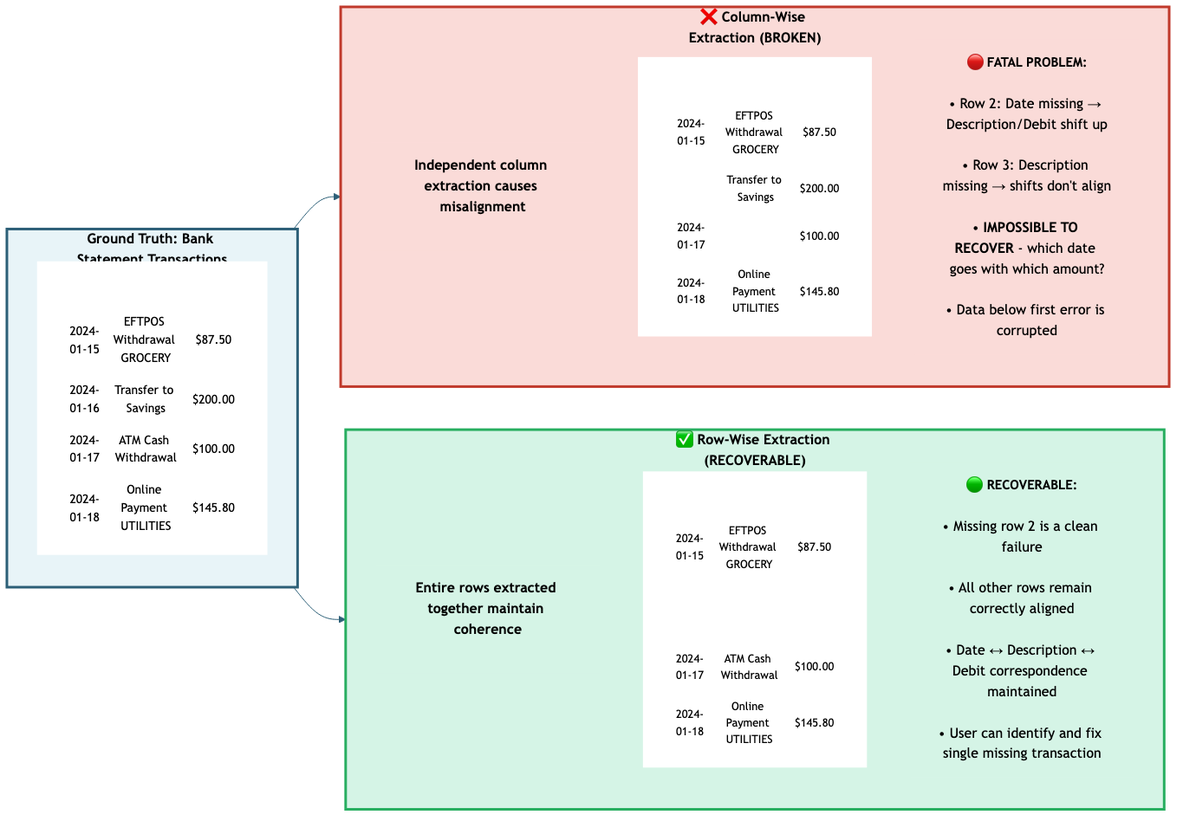
The Mermaid diagram diagrams/row_vs_column_coherence.png in tmnestor/LMM_POC, before a commit. Its source is kept beside it as diagrams/row_vs_column_coherence.mmd.
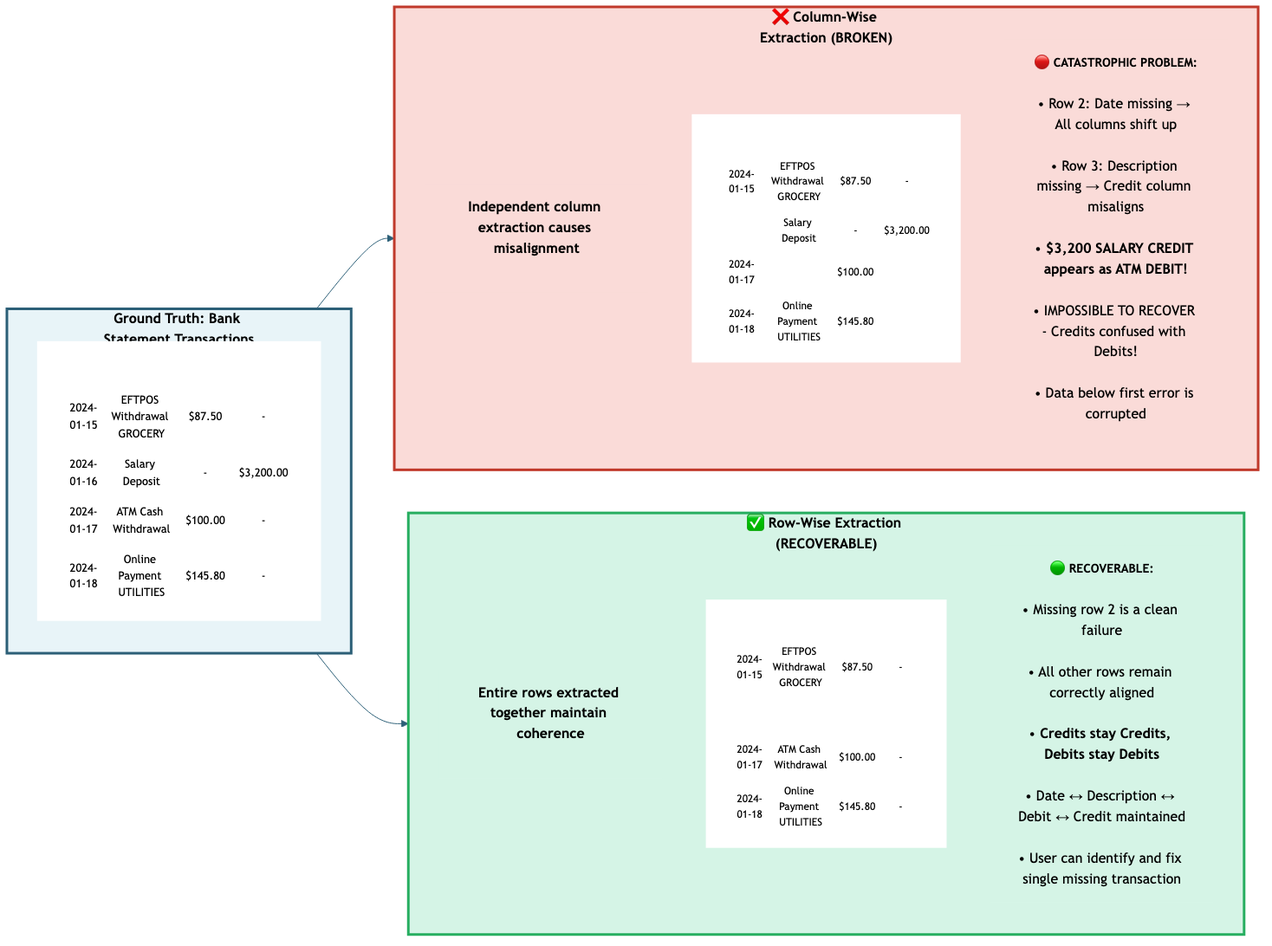
After the change.

Commit message:
Update row vs column coherence diagram and enhance table formatting for clarity

Change to the diagram source:
```diff
@@ -2,102 +2,118 @@
 
 graph LR
     subgraph GT["<b>Ground Truth: Bank Statement Transactions</b>"]
-        GT_Table["<table style='border-collapse: collapse; width: 100%; font-size: 14px;'>
+        GT_Table["<table style='border-collapse: collapse; width: 100%; font-size: 13px;'>
         <tr style='background-color: #2c5f77; color: white;'>
             <th style='border: 2px solid #2c5f77; padding: 8px;'>Date</th>
             <th style='border: 2px solid #2c5f77; padding: 8px;'>Description</th>
             <th style='border: 2px solid #2c5f77; padding: 8px;'>Debit</th>
+            <th style='border: 2px solid #2c5f77; padding: 8px;'>Credit</th>
         </tr>
         <tr style='background-color: #e8f4f8;'>
             <td style='border: 2px solid #2c5f77; padding: 8px;'>2024-01-15</td>
             <td style='border: 2px solid #2c5f77; padding: 8px;'>EFTPOS Withdrawal GROCERY</td>
             <td style='border: 2px solid #2c5f77; padding: 8px;'>$87.50</td>
+            <td style='border: 2px solid #2c5f77; padding: 8px;'>-</td>
         </tr>
         <tr style='background-color: #fff;'>
             <td style='border: 2px solid #2c5f77; padding: 8px;'>2024-01-16</td>
-            <td style='border: 2px solid #2c5f77; padding: 8px;'>Transfer to Savings</td>
-            <td style='border: 2px solid #2c5f77; padding: 8px;'>$200.00</td>
+            <td style='border: 2px solid #2c5f77; padding: 8px;'>Salary Deposit</td>
+            <td style='border: 2px solid #2c5f77; padding: 8px;'>-</td>
+            <td style='border: 2px solid #2c5f77; padding: 8px;'>$3,200.00</td>
         </tr>
         <tr style='background-color: #e8f4f8;'>
             <td style='border: 2px solid #2c5f77; padding: 8px;'>2024-01-17</td>
             <td style='border: 2px solid #2c5f77; padding: 8px;'>ATM Cash Withdrawal</td>
             <td style='border: 2px solid #2c5f77; padding: 8px;'>$100.00</td>
+            <td style='border: 2px solid #2c5f77; padding: 8px;'>-</td>
         </tr>
         <tr style='background-color: #fff;'>
             <td style='border: 2px solid #2c5f77; padding: 8px;'>2024-01-18</td>
             <td style='border: 2px solid #2c5f77; padding: 8px;'>Online Payment UTILITIES</td>
             <td style='border: 2px solid #2c5f77; padding: 8px;'>$145.80</td>
+            <td style='border: 2px solid #2c5f77; padding: 8px;'>-</td>
         </tr>
         </table>"]
     end
 
     subgraph COL["<b>❌ Column-Wise Extraction (BROKEN)</b>"]
         COL_Desc["<b style='color: #c0392b;'>Independent column extraction causes misalignment</b><br/><br/>"]
-        COL_Table["<table style='border-collapse: collapse; width: 100%; font-size: 13px;'>
+        COL_Table["<table style='border-collapse: collapse; width: 100%; font-size: 12px;'>
         <tr style='background-color: #c0392b; color: white;'>
-            <th style='border: 2px solid #c0392b; padding: 8px;'>Date</th>
-            <th style='border: 2px solid #c0392b; padding: 8px;'>Description</th>
-            <th style='border: 2px solid #c0392b; padding: 8px;'>Debit</th>
+            <th style='border: 2px solid #c0392b; padding: 6px;'>Date</th>
+            <th style='border: 2px solid #c0392b; padding: 6px;'>Description</th>
+            <th style='border: 2px solid #c0392b; padding: 6px;'>Debit</th>
+            <th style='border: 2px solid #c0392b; padding: 6px;'>Credit</th>
         </tr>
         <tr style='background-color: #fadbd8;'>
-            <td style='border: 2px solid #c0392b; padding: 8px;'>2024-01-15</td>
-            <td style='border: 2px solid #c0392b; padding: 8px;'>EFTPOS Withdrawal GROCERY</td>
-            <td style='border: 2px solid #c0392b; padding: 8px;'>$87.50</td>
+            <td style='border: 2px solid #c0392b; padding: 6px;'>2024-01-15</td>
+            <td style='border: 2px solid #c0392b; padding: 6px;'>EFTPOS Withdrawal GROCERY</td>
+            <td style='border: 2px solid #c0392b; padding: 6px;'>$87.50</td>
+            <td style='border: 2px solid #c0392b; padding: 6px;'>-</td>
         </tr>
         <tr style='background-color: #f9ebea;'>
-            <td style='border: 2px solid #c0392b; padding: 8px; background-color: #e74c3c; color: white;'><b>MISSING</b></td>
-            <td style='border: 2px solid #c0392b; padding: 8px;'>Transfer to Savings</td>
-            <td style='border: 2px solid #c0392b; padding: 8px;'>$200.00</td>
+            <td style='border: 2px solid #c0392b; padding: 6px; background-color: #e74c3c; color: white;'><b>MISSING</b></td>
+            <td style='border: 2px solid #c0392b; padding: 6px;'>Salary Deposit</td>
+            <td style='border: 2px solid #c0392b; padding: 6px;'>-</td>
+            <td style='border: 2px solid #c0392b; padding: 6px;'>$3,200.00</td>
         </tr>
         <tr style='background-color: #fadbd8;'>
-            <td style='border: 2px solid #c0392b; padding: 8px;'>2024-01-17</td>
-            <td style='border: 2px solid #c0392b; padding: 8px; background-color: #e74c3c; color: white;'><b>MISSING</b></td>
-            <td style='border: 2px solid #c0392b; padding: 8px;'>$100.00</td>
+            <td style='border: 2px solid #c0392b; padding: 6px;'>2024-01-17</td>
+            <td style='border: 2px solid #c0392b; padding: 6px; background-color: #e74c3c; color: white;'><b>MISSING</b></td>
+            <td style='border: 2px solid #c0392b; padding: 6px;'>$100.00</td>
+            <td style='border: 2px solid #c0392b; padding: 6px; background-color: #8e44ad; color: white;'><b>SHIFTED!</b></td>
         </tr>
         <tr style='background-color: #f9ebea;'>
-            <td style='border: 2px solid #c0392b; padding: 8px;'>2024-01-18</td>
-            <td style='border: 2px solid #c0392b; padding: 8px;'>Online Payment UTILITIES</td>
-            <td style='border: 2px solid #c0392b; padding: 8px;'>$145.80</td>
+            <td style='border: 2px solid #c0392b; padding: 6px;'>2024-01-18</td>
+            <td style='border: 2px solid #c0392b; padding: 6px;'>Online Payment UTILITIES</td>
+            <td style='border: 2px solid #c0392b; padding: 6px;'>$145.80</td>
+            <td style='border: 2px solid #c0392b; padding: 6px; background-color: #8e44ad; color: white;'><b>SHIFTED!</b></td>
         </tr>
         </table>"]
-        COL_Problem["<b style='color: #c0392b; font-size: 15px;'>🔴 FATAL PROBLEM:</b><br/>
-        • Row 2: Date missing → Description/Debit shift up<br/>
-        • Row 3: Description missing → shifts don't align<br/>
-        • <b>IMPOSSIBLE TO RECOVER</b> - which date goes with which amount?<br/>
+        COL_Problem["<b style='color: #c0392b; font-size: 14px;'>🔴 CATASTROPHIC PROBLEM:</b><br/>
+        • Row 2: Date missing → All columns shift up<br/>
+        • Row 3: Description missing → Credit column misaligns<br/>
+        • <b style='color: #8e44ad;'>$3,200 SALARY CREDIT appears as ATM DEBIT!</b><br/>
+        • IMPOSSIBLE TO RECOVER - Credits confused with Debits!<br/>
         • Data below first error is corrupted"]
     end
 
     subgraph ROW["<b>✅ Row-Wise Extraction (RECOVERABLE)</b>"]
         ROW_Desc["<b style='color: #27ae60;'>Entire rows extracted together maintain coherence</b><br/><br/>"]
-        ROW_Table["<table style='border-collapse: collapse; width: 100%; font-size: 13px;'>
+        ROW_Table["<table style='border-collapse: collapse; width: 100%; font-size: 12px;'>
         <tr style='background-color: #27ae60; color: white;'>
-            <th style='border: 2px solid #27ae60; padding: 8px;'>Date</th>
-            <th style='border: 2px solid #27ae60; padding: 8px;'>Description</th>
-            <th style='border: 2px solid #27ae60; padding: 8px;'>Debit</th>
+            <th style='border: 2px solid #27ae60; padding: 6px;'>Date</th>
+            <th style='border: 2px solid #27ae60; padding: 6px;'>Description</th>
+            <th style='border: 2px solid #27ae60; padding: 6px;'>Debit</th>
+            <th style='border: 2px solid #27ae60; padding: 6px;'>Credit</th>
         </tr>
         <tr style='background-color: #d5f4e6;'>
-            <td style='border: 2px solid #27ae60; padding: 8px;'>2024-01-15</td>
-            <td style='border: 2px solid #27ae60; padding: 8px;'>EFTPOS Withdrawal GROCERY</td>
-            <td style='border: 2px solid #27ae60; padding: 8px;'>$87.50</td>
+            <td style='border: 2px solid #27ae60; padding: 6px;'>2024-01-15</td>
+            <td style='border: 2px solid #27ae60; padding: 6px;'>EFTPOS Withdrawal GROCERY</td>
+            <td style='border: 2px solid #27ae60; padding: 6px;'>$87.50</td>
+            <td style='border: 2px solid #27ae60; padding: 6px;'>-</td>
         </tr>
         <tr style='background-color: #abebc6;'>
-            <td colspan='3' style='border: 2px solid #27ae60; padding: 8px; background-color: #f39c12; color: white; text-align: center;'><b>ENTIRE ROW MISSING</b> (2024-01-16 | Transfer to Savings | $200.00)</td>
+            <td colspan='4' style='border: 2px solid #27ae60; padding: 6px; background-color: #f39c12; color: white; text-align: center;'><b>ENTIRE ROW MISSING</b> (2024-01-16 | Salary Deposit | - | $3,200.00)</td>
         </tr>
         <tr style='background-color: #d5f4e6;'>
-            <td style='border: 2px solid #27ae60; padding: 8px;'>2024-01-17</td>
-            <td style='border: 2px solid #27ae60; padding: 8px;'>ATM Cash Withdrawal</td>
-            <td style='border: 2px solid #27ae60; padding: 8px;'>$100.00</td>
+            <td style='border: 2px solid #27ae60; padding: 6px;'>2024-01-17</td>
+            <td style='border: 2px solid #27ae60; padding: 6px;'>ATM Cash Withdrawal</td>
+            <td style='border: 2px solid #27ae60; padding: 6px;'>$100.00</td>
+            <td style='border: 2px solid #27ae60; padding: 6px;'>-</td>
         </tr>
         <tr style='background-color: #eafaf1;'>
-            <td style='border: 2px solid #27ae60; padding: 8px;'>2024-01-18</td>
-            <td style='border: 2px solid #27ae60; padding: 8px;'>Online Payment UTILITIES</td>
-            <td style='border: 2px solid #27ae60; padding: 8px;'>$145.80</td>
+            <td style='border: 2px solid #27ae60; padding: 6px;'>2024-01-18</td>
+            <td style='border: 2px solid #27ae60; padding: 6px;'>Online Payment UTILITIES</td>
+            <td style='border: 2px solid #27ae60; padding: 6px;'>$145.80</td>
+            <td style='border: 2px solid #27ae60; padding: 6px;'>-</td>
         </tr>
         </table>"]
-        ROW_Success["<b style='color: #27ae60; font-size: 15px;'>🟢 RECOVERABLE:</b><br/>
+        ROW_Success["<b style='color: #27ae60; font-size: 14px;'>🟢 RECOVERABLE:</b><br/>
         • Missing row 2 is a clean failure<br/>
         • All other rows remain correctly aligned<br/>
-        • Date ↔ Description ↔ Debit correspondence maintained<br/>
+        • <b>Credits stay Credits, Debits stay Debits</b><br/>
+        • Date ↔ Description ↔ Debit ↔ Credit maintained<br/>
         • User can identify and fix single missing transaction"]
     end
 
```
